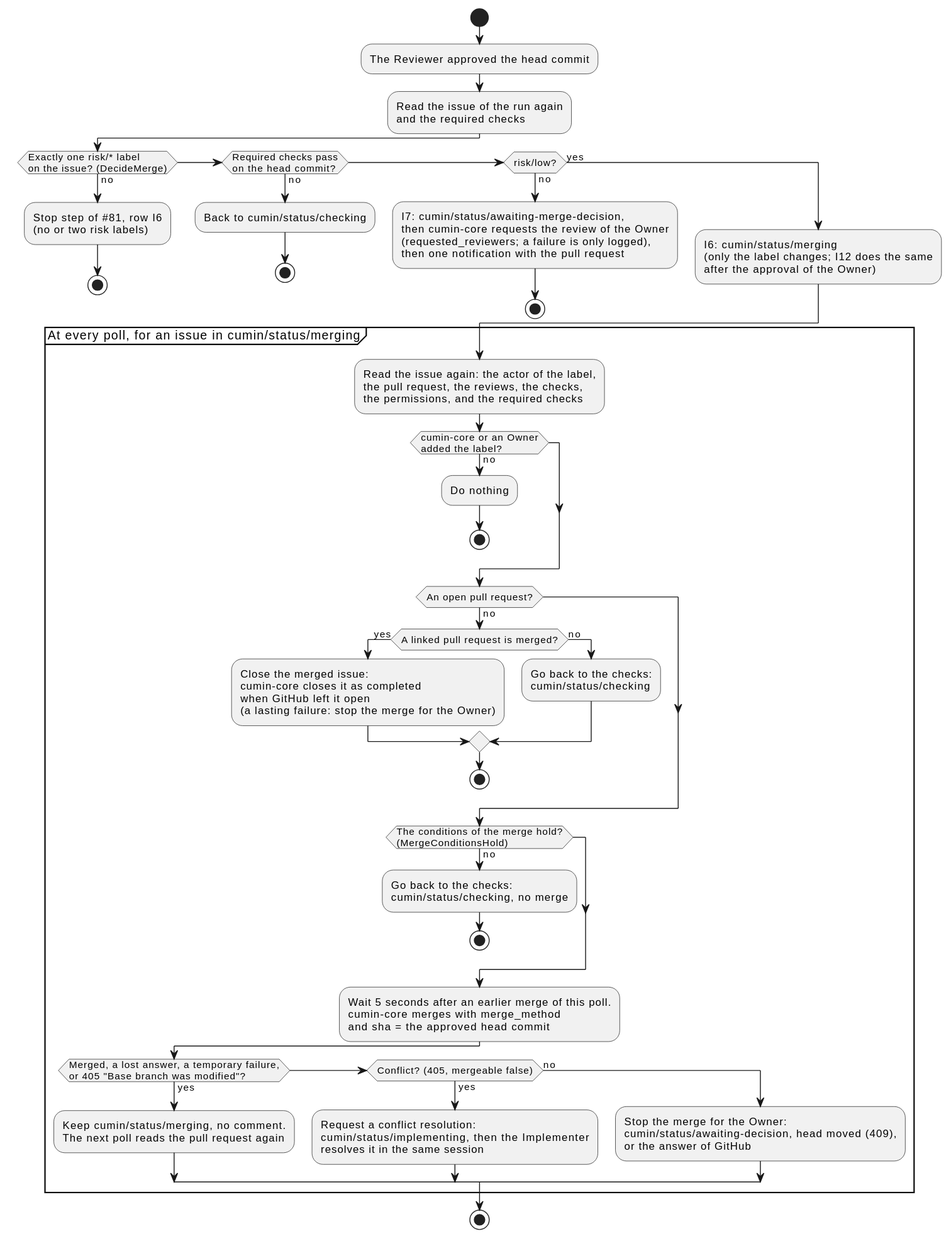
The PlantUML diagram docs/ja/designs/poll-merge.svg in cloveclovedev/cumin-works, before a commit.
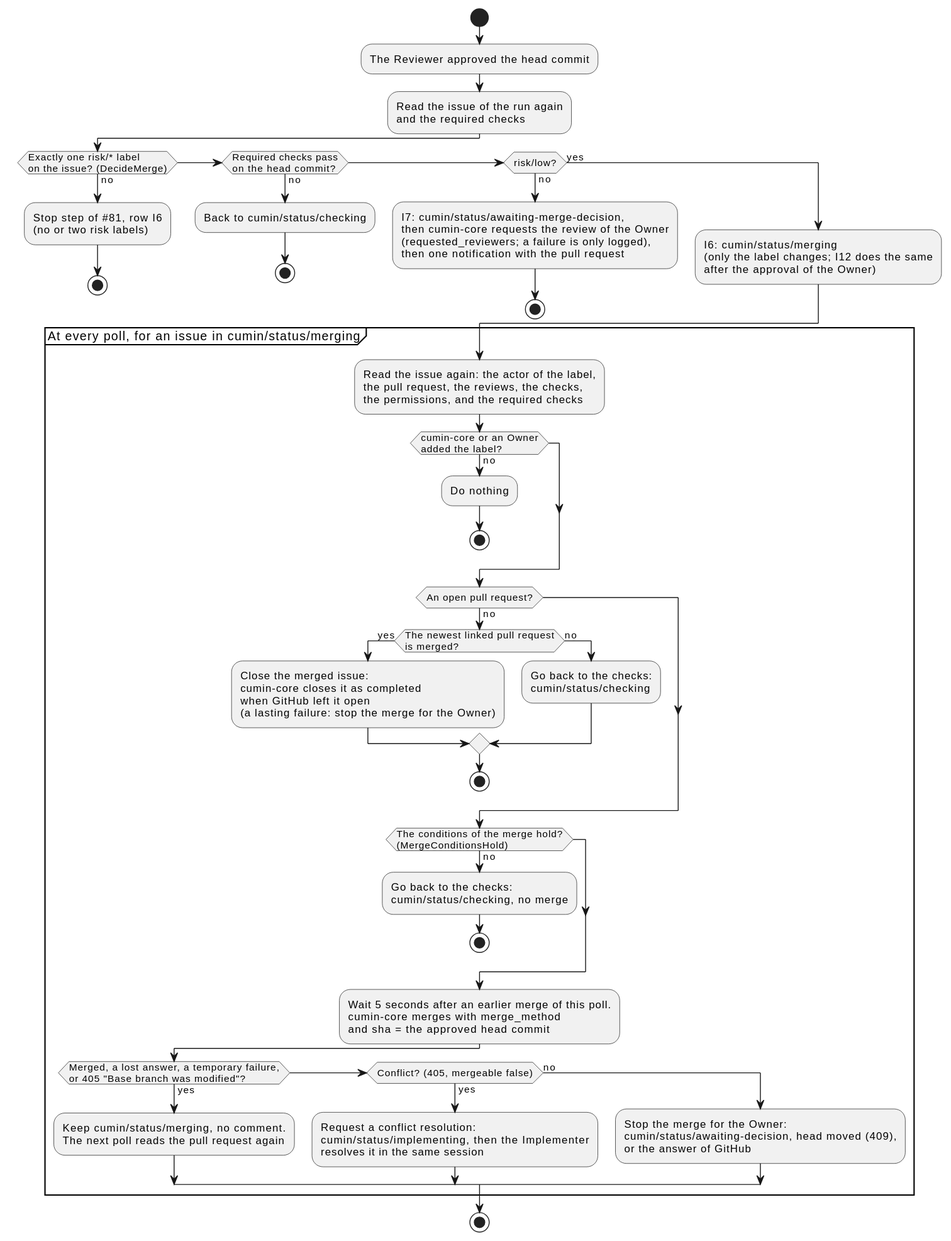
After the change.

Change to the diagram source:
```diff
@@ -36,7 +36,8 @@
     stop
   endif
   if (An open pull request?) then (no)
-    if (A linked pull request is merged?) then (yes)
+    if (The newest linked pull request
+is merged?) then (yes)
       :Close the merged issue:
       cumin-core closes it as completed
       when GitHub left it open
```
